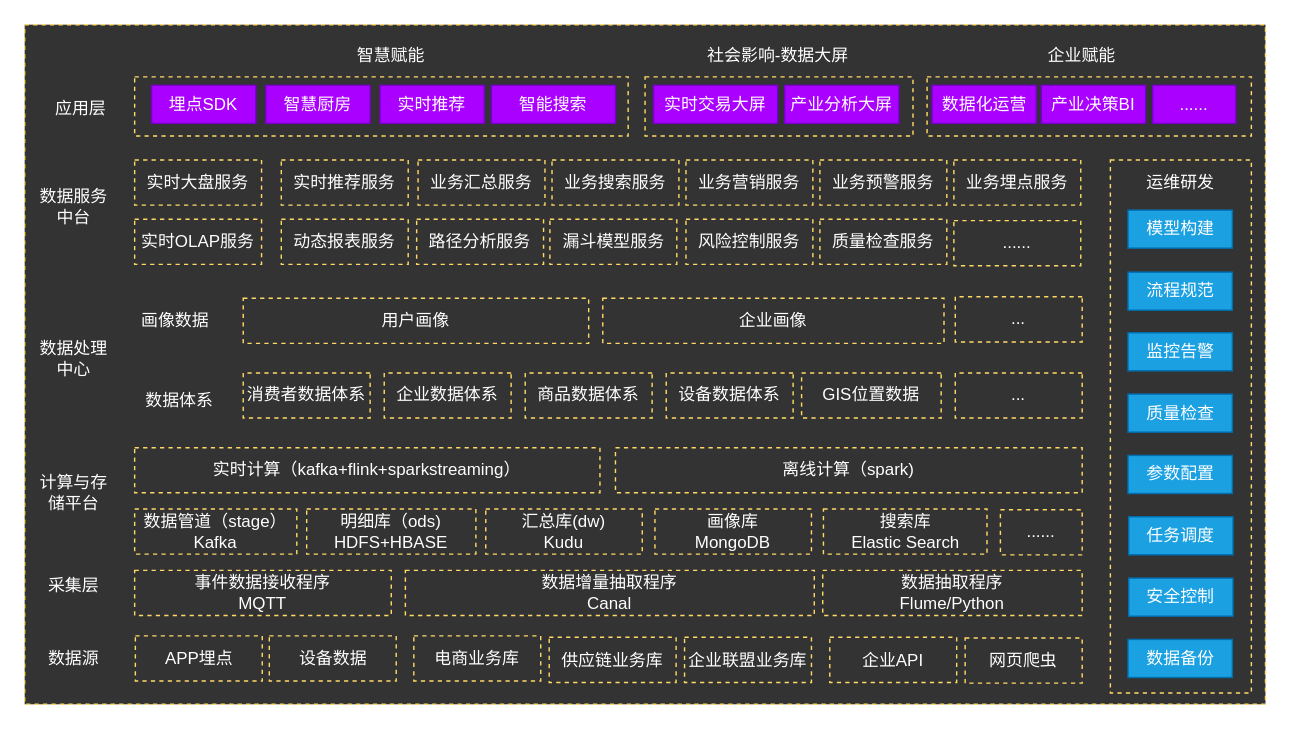
This is page "data-c" (5 of 5) of cgc/cgc-framework.drawio from kinvensan/drawio, a draw.io file, before an edit. Source tidied: cells renumbered, new cells numbered last; positions are measured from the earlier drawing's top-left corner, leaving out a move shared by most shapes. Both pictures are drawn from the tidied source at 141%, with x=0, y=0 at pixel (24, 24).
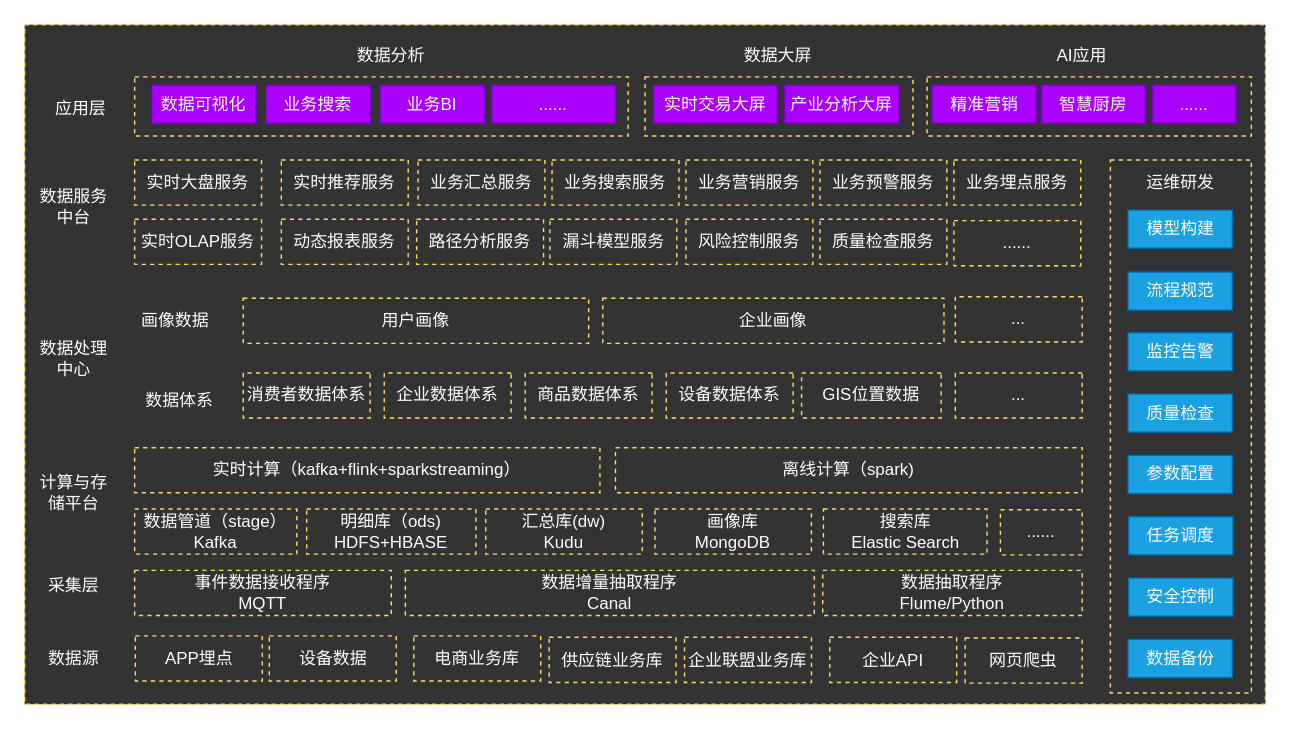
The same diagram, later.

Change to the diagram source:
```diff
@@
-    <mxCell id="56" value="智慧赋能" style="text;html=1;strokeColor=none;fillColor=none;align=center;verticalAlign=middle;whiteSpace=wrap;rounded=0;fontColor=#FFFFFF;" parent="1" vertex="1">
+    <mxCell id="56" value="数据分析" style="text;html=1;strokeColor=none;fillColor=none;align=center;verticalAlign=middle;whiteSpace=wrap;rounded=0;fontColor=#FFFFFF;" parent="1" vertex="1">
       <mxGeometry x="222" y="12" width="76" height="20" as="geometry" />
     </mxCell>
-    <mxCell id="57" value="埋点SDK" style="rounded=0;whiteSpace=wrap;html=1;strokeColor=#7700CC;fillColor=#aa00ff;fontColor=#ffffff;" parent="1" vertex="1">
+    <mxCell id="57" value="数据可视化" style="rounded=0;whiteSpace=wrap;html=1;strokeColor=#7700CC;fillColor=#aa00ff;fontColor=#ffffff;" parent="1" vertex="1">
       <mxGeometry x="90" y="43" width="74" height="27" as="geometry" />
     </mxCell>
@@
-    <mxCell id="59" value="智慧厨房" style="rounded=0;whiteSpace=wrap;html=1;strokeColor=#7700CC;fillColor=#aa00ff;fontColor=#ffffff;" parent="1" vertex="1">
+    <mxCell id="59" value="业务搜索" style="rounded=0;whiteSpace=wrap;html=1;strokeColor=#7700CC;fillColor=#aa00ff;fontColor=#ffffff;" parent="1" vertex="1">
       <mxGeometry x="171" y="43" width="74" height="27" as="geometry" />
     </mxCell>
-    <mxCell id="60" value="实时推荐" style="rounded=0;whiteSpace=wrap;html=1;strokeColor=#7700CC;fillColor=#aa00ff;fontColor=#ffffff;" parent="1" vertex="1">
+    <mxCell id="60" value="业务BI" style="rounded=0;whiteSpace=wrap;html=1;strokeColor=#7700CC;fillColor=#aa00ff;fontColor=#ffffff;" parent="1" vertex="1">
       <mxGeometry x="252" y="43" width="74" height="27" as="geometry" />
     </mxCell>
-    <mxCell id="61" value="社会影响-数据大屏" style="text;html=1;strokeColor=none;fillColor=none;align=center;verticalAlign=middle;whiteSpace=wrap;rounded=0;fontColor=#FFFFFF;" parent="1" vertex="1">
+    <mxCell id="61" value="数据大屏" style="text;html=1;strokeColor=none;fillColor=none;align=center;verticalAlign=middle;whiteSpace=wrap;rounded=0;fontColor=#FFFFFF;" parent="1" vertex="1">
       <mxGeometry x="477.5" y="12" width="113" height="20" as="geometry" />
     </mxCell>
@@
-    <mxCell id="63" value="智能搜索" style="rounded=0;whiteSpace=wrap;html=1;strokeColor=#7700CC;fillColor=#aa00ff;fontColor=#ffffff;" parent="1" vertex="1">
+    <mxCell id="63" value="......" style="rounded=0;whiteSpace=wrap;html=1;strokeColor=#7700CC;fillColor=#aa00ff;fontColor=#ffffff;" parent="1" vertex="1">
       <mxGeometry x="331" y="43" width="88" height="27" as="geometry" />
     </mxCell>
@@
-    <mxCell id="69" value="数据化运营" style="rounded=0;whiteSpace=wrap;html=1;strokeColor=#7700CC;fillColor=#aa00ff;fontColor=#ffffff;" parent="1" vertex="1">
+    <mxCell id="69" value="精准营销" style="rounded=0;whiteSpace=wrap;html=1;strokeColor=#7700CC;fillColor=#aa00ff;fontColor=#ffffff;" parent="1" vertex="1">
       <mxGeometry x="643.5" y="43" width="74" height="27" as="geometry" />
     </mxCell>
-    <mxCell id="70" value="企业赋能" style="text;html=1;strokeColor=none;fillColor=none;align=center;verticalAlign=middle;whiteSpace=wrap;rounded=0;fontColor=#FFFFFF;" parent="1" vertex="1">
+    <mxCell id="70" value="AI应用" style="text;html=1;strokeColor=none;fillColor=none;align=center;verticalAlign=middle;whiteSpace=wrap;rounded=0;fontColor=#FFFFFF;" parent="1" vertex="1">
       <mxGeometry x="712" y="12" width="76" height="20" as="geometry" />
     </mxCell>
-    <mxCell id="71" value="产业决策BI" style="rounded=0;whiteSpace=wrap;html=1;strokeColor=#7700CC;fillColor=#aa00ff;fontColor=#ffffff;" parent="1" vertex="1">
+    <mxCell id="71" value="智慧厨房" style="rounded=0;whiteSpace=wrap;html=1;strokeColor=#7700CC;fillColor=#aa00ff;fontColor=#ffffff;" parent="1" vertex="1">
       <mxGeometry x="721" y="43" width="74" height="27" as="geometry" />
     </mxCell>
```
